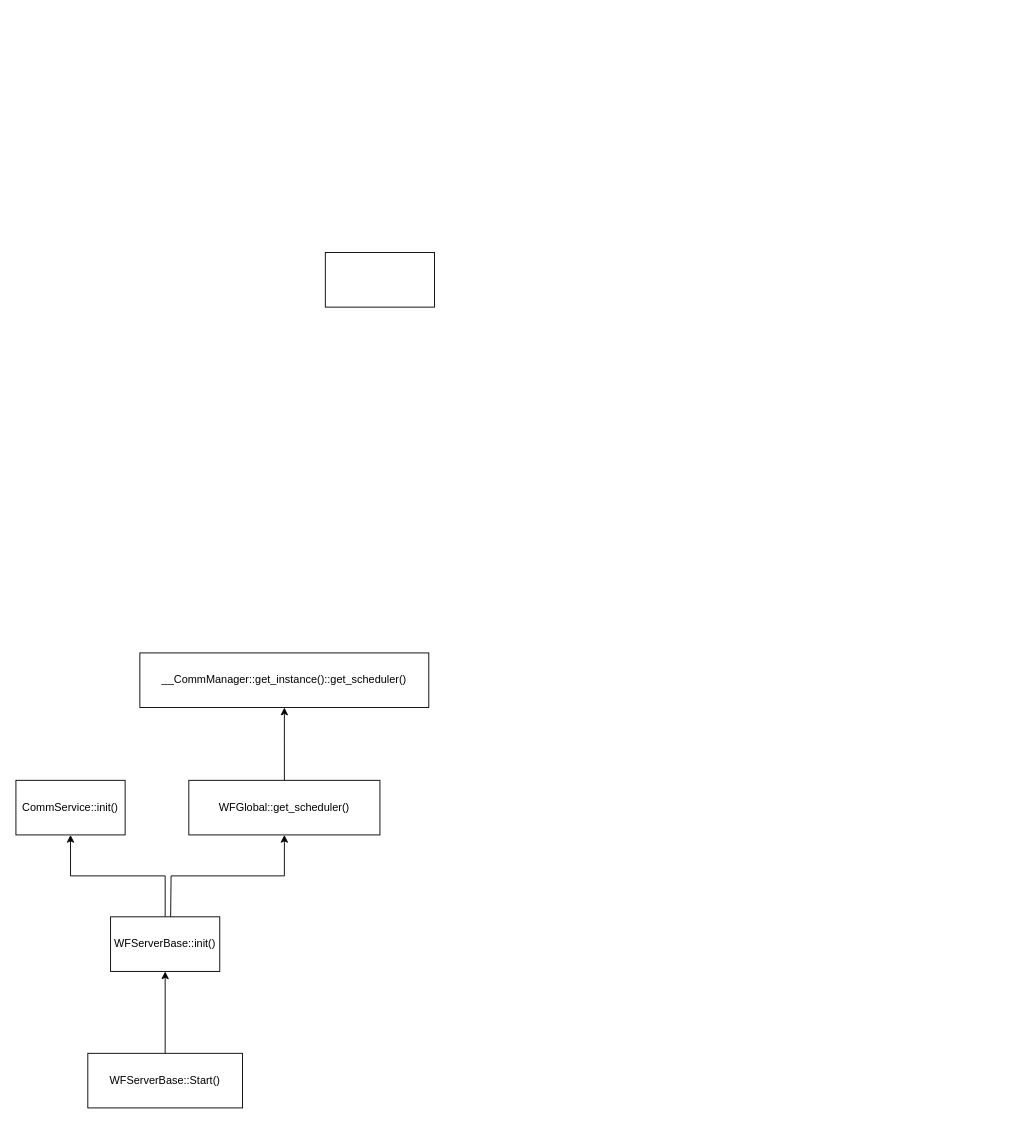
Above: Untitled Diagram.drawio in doudou215/regret_q_learning (draw.io), before the change. Source tidied: cells renumbered, new cells numbered last; positions are measured from the earlier drawing's top-left corner, leaving out a move shared by most shapes. Both pictures are drawn from the tidied source at 91%, with x=0, y=0 at pixel (15, 252).
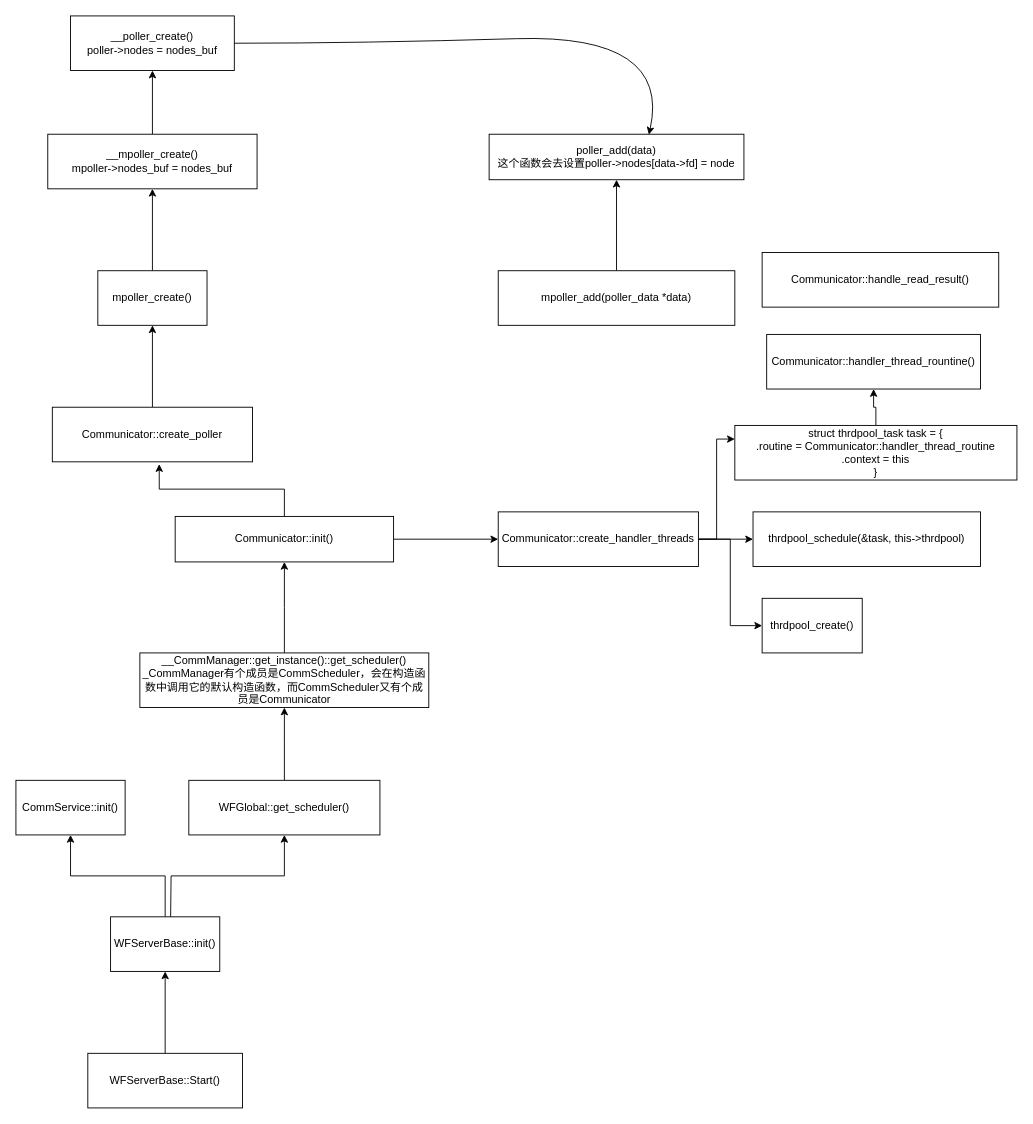
Above is the later version.

Commit message:
finish part of communicator invoke process

Change to the diagram source:
```diff
@@
+    <mxCell id="12" style="edgeStyle=orthogonalEdgeStyle;rounded=0;jettySize=auto;html=1;startArrow=none;startFill=0;endArrow=classic;endFill=1;" parent="1" edge="1" source="7" target="23">
+      <mxGeometry relative="1" as="geometry" />
+    </mxCell>
-    <mxCell id="7" style="rounded=0;whiteSpace=wrap;html=1;" parent="1" vertex="1">
-      <mxGeometry x="340" width="120" height="60" as="geometry" />
+    <mxCell id="7" value="mpoller_create()" style="rounded=0;whiteSpace=wrap;html=1;" parent="1" vertex="1">
+      <mxGeometry x="90" y="20" width="120" height="60" as="geometry" />
     </mxCell>
@@
+    <mxCell id="13" style="edgeStyle=orthogonalEdgeStyle;rounded=0;jettySize=auto;html=1;startArrow=none;startFill=0;endArrow=classic;endFill=1;" parent="1" edge="1" source="11" target="16">
+      <mxGeometry relative="1" as="geometry" />
+    </mxCell>
-    <mxCell id="11" value="__CommManager::get_instance()::get_scheduler()" style="rounded=0;whiteSpace=wrap;html=1;" parent="1" vertex="1">
+    <mxCell id="11" value="__CommManager::get_instance()::get_scheduler()&lt;br&gt;_CommManager有个成员是CommScheduler，会在构造函数中调用它的默认构造函数，而CommScheduler又有个成员是Communicator" style="rounded=0;whiteSpace=wrap;html=1;" parent="1" vertex="1">
       <mxGeometry x="136.2" y="440" width="317.5" height="60" as="geometry" />
     </mxCell>
+    <mxCell id="14" style="edgeStyle=orthogonalEdgeStyle;rounded=0;jettySize=auto;html=1;startArrow=none;startFill=0;endArrow=classic;endFill=1;" parent="1" edge="1" source="16" target="21">
+      <mxGeometry relative="1" as="geometry" />
+    </mxCell>
+    <mxCell id="15" style="edgeStyle=orthogonalEdgeStyle;rounded=0;jettySize=auto;html=1;entryX=0.534;entryY=1.042;entryDx=0;entryDy=0;entryPerimeter=0;startArrow=none;startFill=0;endArrow=classic;endFill=1;" parent="1" edge="1" source="16" target="18">
+      <mxGeometry relative="1" as="geometry" />
+    </mxCell>
+    <mxCell id="16" value="Communicator::init()" style="rounded=0;whiteSpace=wrap;html=1;" parent="1" vertex="1">
+      <mxGeometry x="175" y="290" width="240" height="50" as="geometry" />
+    </mxCell>
+    <mxCell id="17" style="edgeStyle=orthogonalEdgeStyle;rounded=0;jettySize=auto;html=1;startArrow=none;startFill=0;endArrow=classic;endFill=1;" parent="1" edge="1" source="18" target="7">
+      <mxGeometry relative="1" as="geometry" />
+    </mxCell>
+    <mxCell id="18" value="Communicator::create_poller" style="rounded=0;whiteSpace=wrap;html=1;" parent="1" vertex="1">
+      <mxGeometry x="40" y="170" width="220" height="60" as="geometry" />
+    </mxCell>
+    <mxCell id="19" style="edgeStyle=orthogonalEdgeStyle;rounded=0;jettySize=auto;html=1;startArrow=none;startFill=0;endArrow=classic;endFill=1;" parent="1" edge="1" source="21" target="31">
+      <mxGeometry relative="1" as="geometry">
+        <Array as="points">
+          <mxPoint x="850" y="315" />
+        </Array>
+      </mxGeometry>
+    </mxCell>
+    <mxCell id="20" style="edgeStyle=orthogonalEdgeStyle;rounded=0;jettySize=auto;html=1;entryX=0;entryY=0.25;entryDx=0;entryDy=0;startArrow=none;startFill=0;endArrow=classic;endFill=1;" parent="1" edge="1" source="21" target="30">
+      <mxGeometry relative="1" as="geometry" />
+    </mxCell>
+    <mxCell id="21" value="Communicator::create_handler_threads" style="rounded=0;whiteSpace=wrap;html=1;" parent="1" vertex="1">
+      <mxGeometry x="530" y="285" width="220" height="60" as="geometry" />
+    </mxCell>
+    <mxCell id="22" style="edgeStyle=orthogonalEdgeStyle;rounded=0;jettySize=auto;html=1;startArrow=none;startFill=0;endArrow=classic;endFill=1;" parent="1" edge="1" source="23" target="27">
+      <mxGeometry relative="1" as="geometry" />
+    </mxCell>
+    <mxCell id="23" value="__mpoller_create()&lt;br&gt;mpoller-&amp;gt;nodes_buf = nodes_buf" style="rounded=0;whiteSpace=wrap;html=1;" parent="1" vertex="1">
+      <mxGeometry x="35" y="-130" width="230" height="60" as="geometry" />
+    </mxCell>
+    <mxCell id="24" style="edgeStyle=orthogonalEdgeStyle;rounded=0;jettySize=auto;html=1;startArrow=none;startFill=0;endArrow=classic;endFill=1;" parent="1" edge="1" source="25" target="26">
+      <mxGeometry relative="1" as="geometry" />
+    </mxCell>
+    <mxCell id="25" value="mpoller_add(poller_data *data)" style="rounded=0;whiteSpace=wrap;html=1;" parent="1" vertex="1">
+      <mxGeometry x="530" y="20" width="260" height="60" as="geometry" />
+    </mxCell>
+    <mxCell id="26" value="poller_add(data)&lt;br&gt;这个函数会去设置poller-&amp;gt;nodes[data-&amp;gt;fd] = node" style="rounded=0;whiteSpace=wrap;html=1;" parent="1" vertex="1">
+      <mxGeometry x="520" y="-130" width="280" height="50" as="geometry" />
+    </mxCell>
+    <mxCell id="27" value="__poller_create()&lt;br&gt;poller-&amp;gt;nodes = nodes_buf" style="rounded=0;whiteSpace=wrap;html=1;" parent="1" vertex="1">
+      <mxGeometry x="60" y="-260" width="180" height="60" as="geometry" />
+    </mxCell>
+    <mxCell id="28" style="curved=1;endArrow=classic;html=1;rounded=0;exitX=1;exitY=0.5;exitDx=0;exitDy=0;entryX=0.627;entryY=0.01;entryDx=0;entryDy=0;entryPerimeter=0;" parent="1" edge="1" source="27" target="26">
+      <mxGeometry relative="1" as="geometry">
+        <Array as="points">
+          <mxPoint x="380" y="-230" />
+          <mxPoint x="720" y="-240" />
+        </Array>
+      </mxGeometry>
+    </mxCell>
+    <mxCell id="29" style="edgeStyle=orthogonalEdgeStyle;rounded=0;jettySize=auto;html=1;startArrow=none;startFill=0;endArrow=classic;endFill=1;" parent="1" edge="1" source="30" target="34">
+      <mxGeometry relative="1" as="geometry" />
+    </mxCell>
+    <mxCell id="30" value="struct thrdpool_task task = {&lt;br&gt;.routine = Communicator::handler_thread_routine&lt;br&gt;.context = this&lt;br&gt;}" style="rounded=0;whiteSpace=wrap;html=1;" parent="1" vertex="1">
+      <mxGeometry x="790" y="190" width="310" height="60" as="geometry" />
+    </mxCell>
+    <mxCell id="31" value="thrdpool_schedule(&amp;amp;task, this-&amp;gt;thrdpool)" style="rounded=0;whiteSpace=wrap;html=1;" parent="1" vertex="1">
+      <mxGeometry x="810" y="285" width="250" height="60" as="geometry" />
+    </mxCell>
+    <mxCell id="32" style="edgeStyle=orthogonalEdgeStyle;rounded=0;jettySize=auto;html=1;entryX=1;entryY=0.5;entryDx=0;entryDy=0;startArrow=classic;startFill=1;endArrow=none;endFill=0;" parent="1" edge="1" source="33" target="21">
+      <mxGeometry relative="1" as="geometry" />
+    </mxCell>
+    <mxCell id="33" value="thrdpool_create()" style="rounded=0;whiteSpace=wrap;html=1;" parent="1" vertex="1">
+      <mxGeometry x="820" y="380" width="110" height="60" as="geometry" />
+    </mxCell>
+    <mxCell id="34" value="Communicator::handler_thread_rountine()" style="rounded=0;whiteSpace=wrap;html=1;" parent="1" vertex="1">
+      <mxGeometry x="825" y="90" width="235" height="60" as="geometry" />
+    </mxCell>
+    <mxCell id="35" value="Communicator::handle_read_result()" style="rounded=0;whiteSpace=wrap;html=1;" parent="1" vertex="1">
+      <mxGeometry x="820" width="260" height="60" as="geometry" />
+    </mxCell>
```
